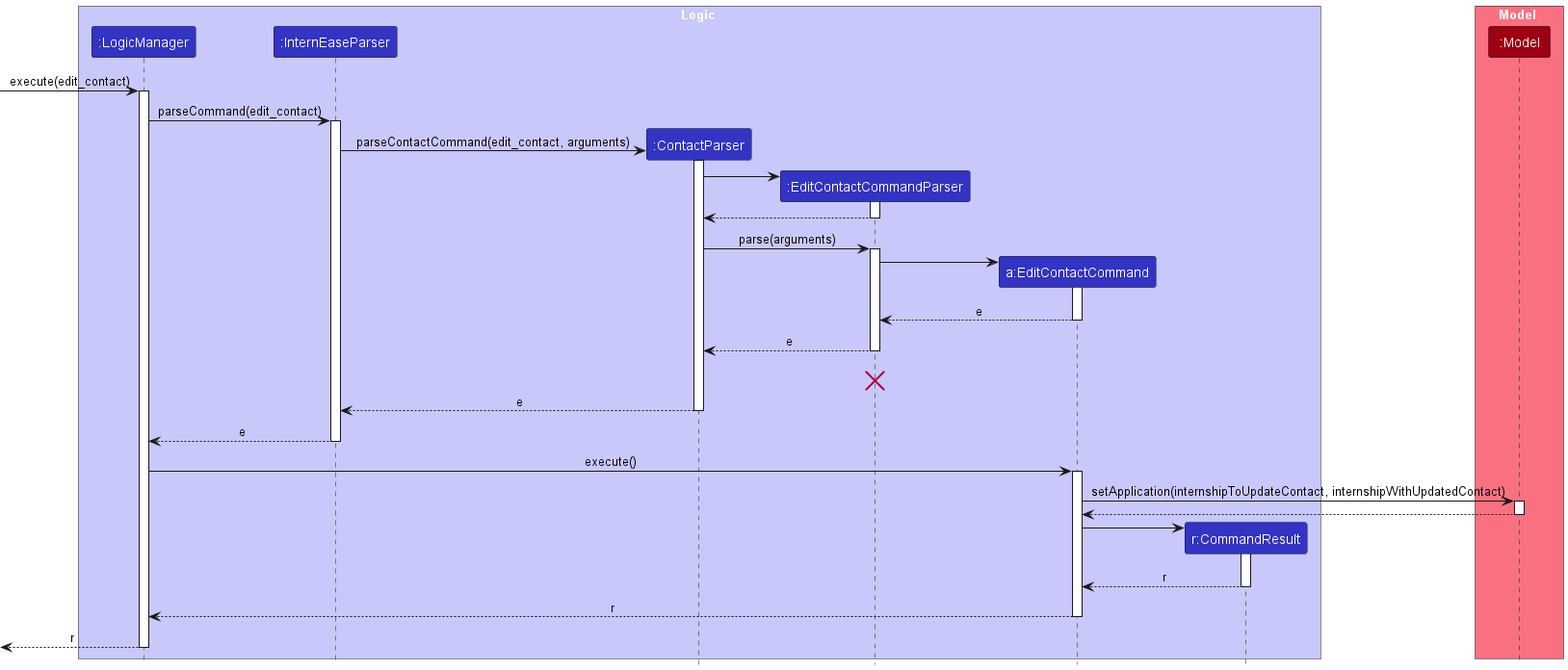
Before: docs/images/EditContactSequenceDiagram.png, a diagram exported from PlantUML (nus-cs2103-AY2223S2/tp).
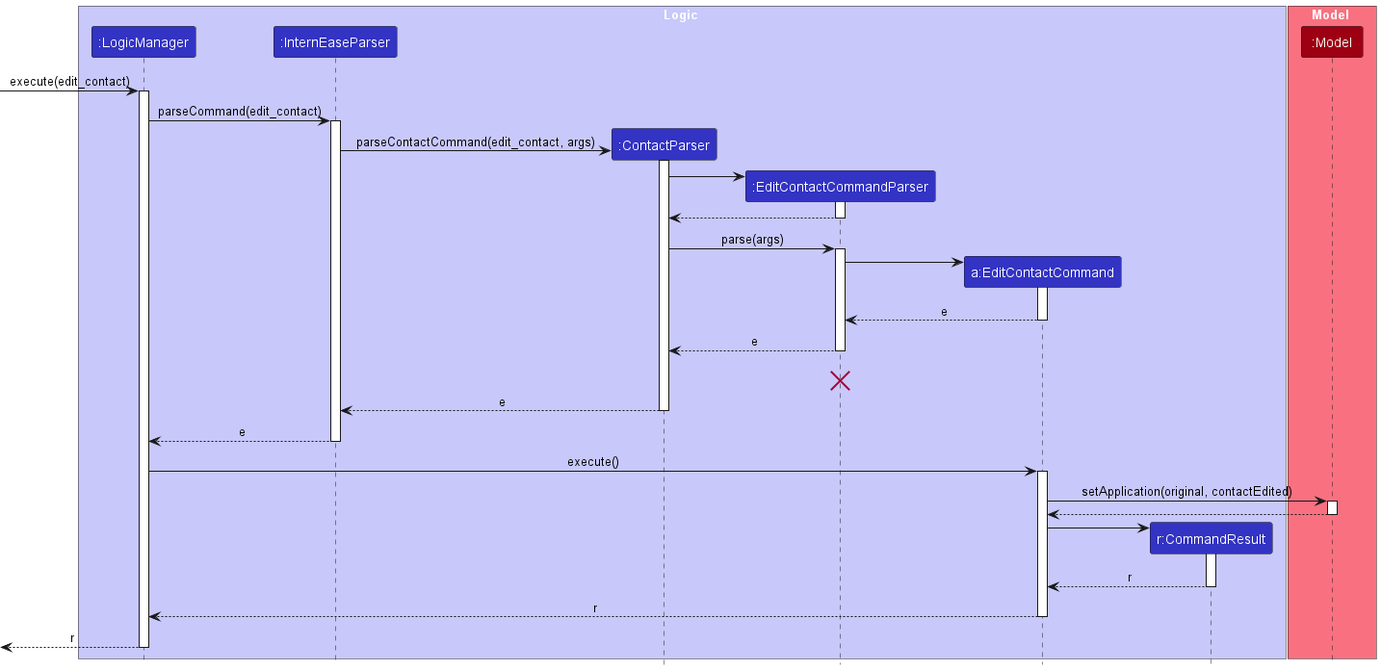
Later version of the same file.

What changed in the source:
```diff
@@ -20,7 +20,7 @@
 activate InternEaseParser
 
 create ContactParser
-InternEaseParser -> ContactParser : parseContactCommand(edit_contact, arguments)
+InternEaseParser -> ContactParser : parseContactCommand(edit_contact, args)
 activate ContactParser
 
 create EditContactCommandParser
@@ -30,7 +30,7 @@
 EditContactCommandParser --> ContactParser
 deactivate EditContactCommandParser
 
-ContactParser -> EditContactCommandParser : parse(arguments)
+ContactParser -> EditContactCommandParser : parse(args)
 activate EditContactCommandParser
 
 create EditContactCommand
@@ -54,7 +54,7 @@
 LogicManager -> EditContactCommand : execute()
 activate EditContactCommand
 
-EditContactCommand -> Model : setApplication(internshipToUpdateContact, internshipWithUpdatedContact)
+EditContactCommand -> Model : setApplication(original, contactEdited)
 activate Model
 
 Model --> EditContactCommand
```
